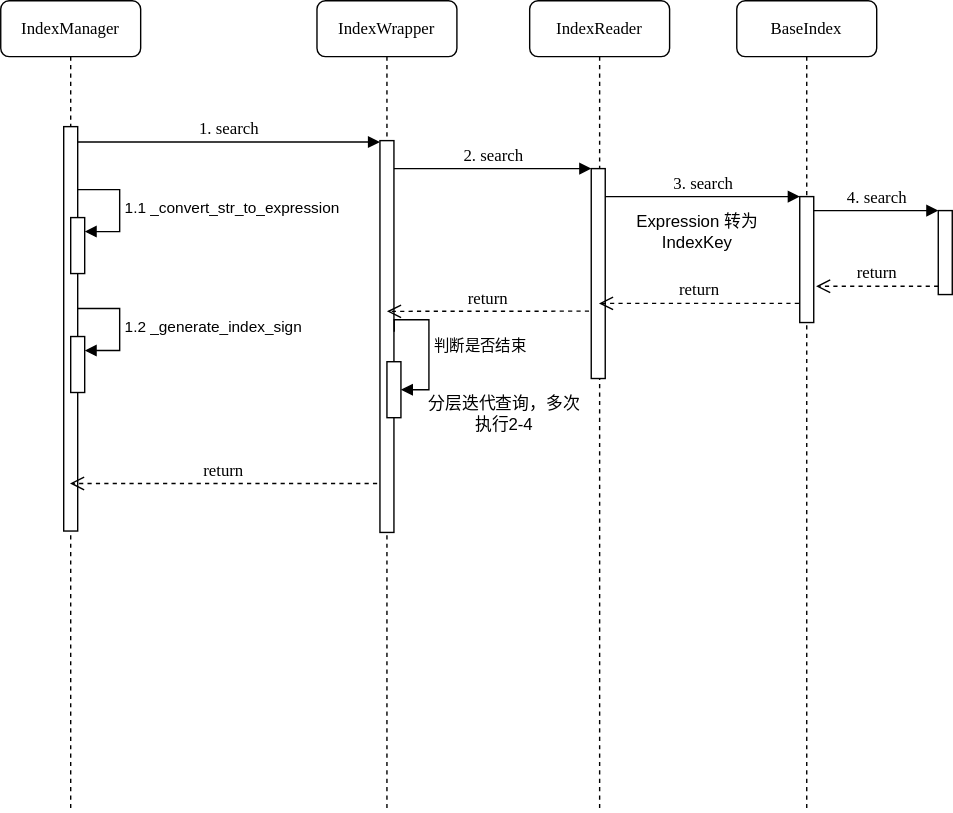
The draw.io diagram 未命名绘图.drawio.svg in gaochenxi/drawio, before a commit. Source tidied: cells renumbered, new cells last; positions are measured from the earlier drawing's top-left corner, leaving out a move shared by most shapes.
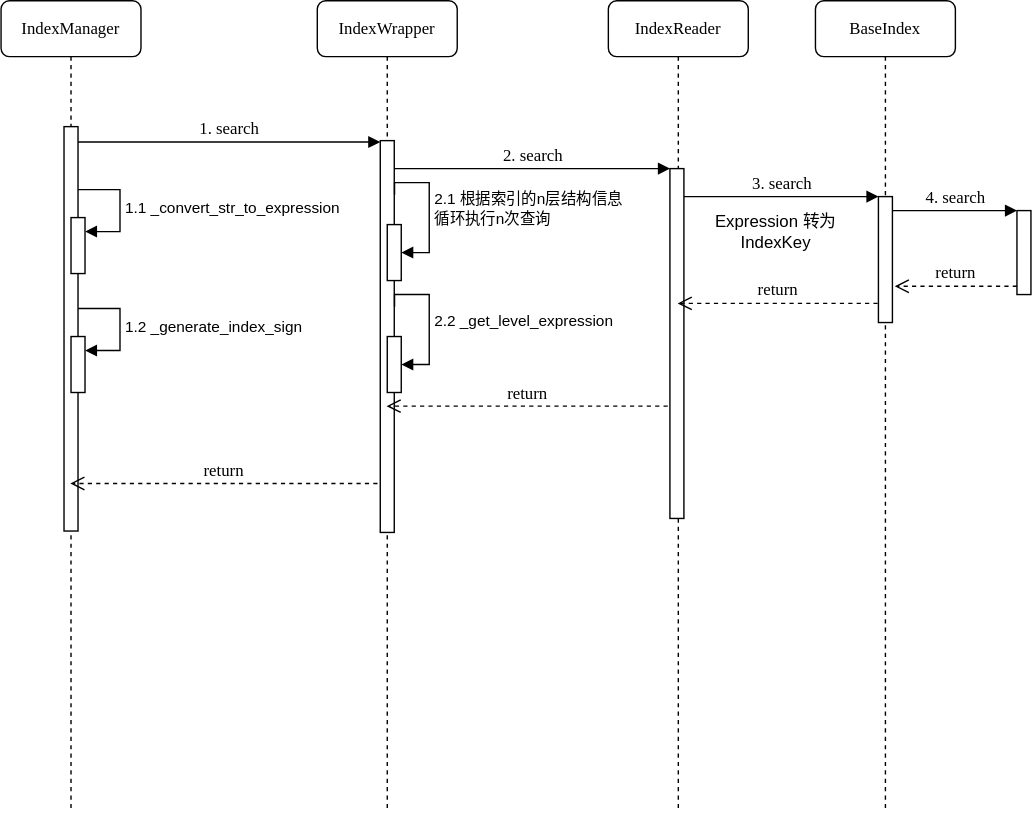
The same file after the commit.

Commit message:
更新未命名绘图.drawio.svg

The edit, as a diff of the source:
```diff
@@ -3,21 +3,40 @@
     <mxCell id="0" />
     <mxCell id="1" parent="0" />
     <mxCell id="2" value="IndexWrapper" style="shape=umlLifeline;perimeter=lifelinePerimeter;whiteSpace=wrap;html=1;outlineConnect=0;rounded=1;shadow=0;comic=0;labelBackgroundColor=none;strokeWidth=1;fontFamily=Verdana;fontSize=12;align=center;" parent="1" vertex="1">
-      <mxGeometry x="226" width="100" height="580" as="geometry" />
+      <mxGeometry x="170" width="100" height="580" as="geometry" />
     </mxCell>
     <mxCell id="3" style="html=1;points=[];perimeter=orthogonalPerimeter;rounded=0;shadow=0;comic=0;labelBackgroundColor=none;strokeWidth=1;fontFamily=Verdana;fontSize=12;align=center;" parent="2" vertex="1">
       <mxGeometry x="45" y="100" width="10" height="280" as="geometry" />
     </mxCell>
+    <mxCell id="29" style="group;" parent="2" vertex="1">
+      <mxGeometry x="50" y="130" width="30" height="70" as="geometry" />
+    </mxCell>
+    <mxCell id="30" style="html=1;points=[];perimeter=orthogonalPerimeter;outlineConnect=0;targetShapes=umlLifeline;portConstraint=eastwest;newEdgeStyle={&quot;edgeStyle&quot;:&quot;elbowEdgeStyle&quot;,&quot;elbow&quot;:&quot;vertical&quot;,&quot;curved&quot;:0,&quot;rounded&quot;:0};" parent="29" vertex="1">
+      <mxGeometry y="30" width="10" height="40" as="geometry" />
+    </mxCell>
+    <mxCell id="31" value="2.1&amp;nbsp;根据索引的n层结构信息 &lt;br&gt;循环执行n次查询" style="html=1;align=left;spacingLeft=2;endArrow=block;rounded=0;edgeStyle=orthogonalEdgeStyle;curved=0;rounded=0;exitX=1.022;exitY=0.411;exitDx=0;exitDy=0;exitPerimeter=0;" parent="29" edge="1" target="30">
+      <mxGeometry relative="1" as="geometry">
+        <mxPoint x="5.2" y="8.6" as="sourcePoint" />
+        <Array as="points">
+          <mxPoint x="5" />
+          <mxPoint x="30" />
+          <mxPoint x="30" y="50" />
+        </Array>
+      </mxGeometry>
+    </mxCell>
+    <mxCell id="32" style="group;" parent="2" vertex="1">
+      <mxGeometry x="50" y="210" width="30" height="70" as="geometry" />
+    </mxCell>
-    <mxCell id="4" style="html=1;points=[];perimeter=orthogonalPerimeter;outlineConnect=0;targetShapes=umlLifeline;portConstraint=eastwest;newEdgeStyle={&quot;edgeStyle&quot;:&quot;elbowEdgeStyle&quot;,&quot;elbow&quot;:&quot;vertical&quot;,&quot;curved&quot;:0,&quot;rounded&quot;:0};" parent="2" vertex="1">
-      <mxGeometry x="50" y="258" width="10" height="40" as="geometry" />
+    <mxCell id="4" style="html=1;points=[];perimeter=orthogonalPerimeter;outlineConnect=0;targetShapes=umlLifeline;portConstraint=eastwest;newEdgeStyle={&quot;edgeStyle&quot;:&quot;elbowEdgeStyle&quot;,&quot;elbow&quot;:&quot;vertical&quot;,&quot;curved&quot;:0,&quot;rounded&quot;:0};" parent="32" vertex="1">
+      <mxGeometry y="30" width="10" height="40" as="geometry" />
     </mxCell>
-    <mxCell id="5" value="判断是否结束" style="html=1;align=left;spacingLeft=2;endArrow=block;rounded=0;edgeStyle=orthogonalEdgeStyle;curved=0;rounded=0;exitX=1.022;exitY=0.411;exitDx=0;exitDy=0;exitPerimeter=0;" parent="2" edge="1" target="4">
+    <mxCell id="5" value="2.2 _get_level_expression" style="html=1;align=left;spacingLeft=2;endArrow=block;rounded=0;edgeStyle=orthogonalEdgeStyle;curved=0;rounded=0;exitX=1.022;exitY=0.411;exitDx=0;exitDy=0;exitPerimeter=0;" parent="32" edge="1" target="4">
       <mxGeometry relative="1" as="geometry">
-        <mxPoint x="55.2" y="236.6" as="sourcePoint" />
+        <mxPoint x="5.2" y="8.6" as="sourcePoint" />
         <Array as="points">
-          <mxPoint x="55" y="228" />
-          <mxPoint x="80" y="228" />
-          <mxPoint x="80" y="278" />
+          <mxPoint x="5" />
+          <mxPoint x="30" />
+          <mxPoint x="30" y="50" />
         </Array>
       </mxGeometry>
     </mxCell>
@@ -25,7 +44,7 @@
       <mxGeometry x="378" width="100" height="580" as="geometry" />
     </mxCell>
     <mxCell id="7" style="html=1;points=[];perimeter=orthogonalPerimeter;rounded=0;shadow=0;comic=0;labelBackgroundColor=none;strokeWidth=1;fontFamily=Verdana;fontSize=12;align=center;" parent="6" vertex="1">
-      <mxGeometry x="44" y="120" width="10" height="150" as="geometry" />
+      <mxGeometry x="44" y="120" width="10" height="250" as="geometry" />
     </mxCell>
     <mxCell id="8" value="Expression 转为 IndexKey" style="text;strokeColor=none;align=center;fillColor=none;html=1;verticalAlign=middle;whiteSpace=wrap;rounded=0;" parent="6" vertex="1">
       <mxGeometry x="60" y="150" width="120" height="30" as="geometry" />
@@ -34,7 +53,7 @@
       <mxGeometry x="526" width="100" height="580" as="geometry" />
     </mxCell>
     <mxCell id="10" value="IndexManager" style="shape=umlLifeline;perimeter=lifelinePerimeter;whiteSpace=wrap;html=1;outlineConnect=0;rounded=1;shadow=0;comic=0;labelBackgroundColor=none;strokeWidth=1;fontFamily=Verdana;fontSize=12;align=center;" parent="1" vertex="1">
-      <mxGeometry width="100" height="580" as="geometry" />
+      <mxGeometry x="-56" width="100" height="580" as="geometry" />
     </mxCell>
     <mxCell id="11" style="html=1;points=[];perimeter=orthogonalPerimeter;rounded=0;shadow=0;comic=0;labelBackgroundColor=none;strokeWidth=1;fontFamily=Verdana;fontSize=12;align=center;" parent="10" vertex="1">
       <mxGeometry x="45" y="90" width="10" height="289" as="geometry" />
@@ -88,7 +107,7 @@
     </mxCell>
     <mxCell id="23" value="1. search" style="html=1;verticalAlign=bottom;endArrow=block;entryX=0;entryY=0;labelBackgroundColor=none;fontFamily=Verdana;fontSize=12;elbow=vertical;" parent="1" edge="1" source="11">
       <mxGeometry relative="1" as="geometry">
-        <mxPoint x="271" y="101" as="targetPoint" />
+        <mxPoint x="215" y="101" as="targetPoint" />
       </mxGeometry>
     </mxCell>
     <mxCell id="24" value="2. search" style="html=1;verticalAlign=bottom;endArrow=block;entryX=0;entryY=0;labelBackgroundColor=none;fontFamily=Verdana;fontSize=12;edgeStyle=elbowEdgeStyle;elbow=vertical;" parent="1" edge="1" source="3" target="7">
@@ -100,13 +119,8 @@
     <mxCell id="26" value="return" style="html=1;verticalAlign=bottom;endArrow=open;dashed=1;endSize=8;labelBackgroundColor=none;fontFamily=Verdana;fontSize=12;elbow=vertical;exitX=-0.056;exitY=0.848;exitDx=0;exitDy=0;exitPerimeter=0;" parent="1" edge="1" source="18" target="6">
       <mxGeometry relative="1" as="geometry" />
     </mxCell>
-    <mxCell id="27" value="return" style="html=1;verticalAlign=bottom;endArrow=open;dashed=1;endSize=8;labelBackgroundColor=none;fontFamily=Verdana;fontSize=12;elbow=vertical;exitX=-0.156;exitY=0.679;exitDx=0;exitDy=0;exitPerimeter=0;" parent="1" edge="1" source="7">
-      <mxGeometry relative="1" as="geometry">
-        <mxPoint x="276" y="222" as="targetPoint" />
-      </mxGeometry>
+    <mxCell id="27" value="return" style="html=1;verticalAlign=bottom;endArrow=open;dashed=1;endSize=8;labelBackgroundColor=none;fontFamily=Verdana;fontSize=12;elbow=vertical;exitX=-0.156;exitY=0.679;exitDx=0;exitDy=0;exitPerimeter=0;" parent="1" edge="1" source="7" target="2">
+      <mxGeometry relative="1" as="geometry" />
     </mxCell>
-    <mxCell id="28" value="分层迭代查询，多次执行2-4" style="text;strokeColor=none;align=center;fillColor=none;html=1;verticalAlign=middle;whiteSpace=wrap;rounded=0;" parent="1" vertex="1">
-      <mxGeometry x="300" y="280" width="120" height="30" as="geometry" />
-    </mxCell>
   </root>
 </mxGraphModel>
```
